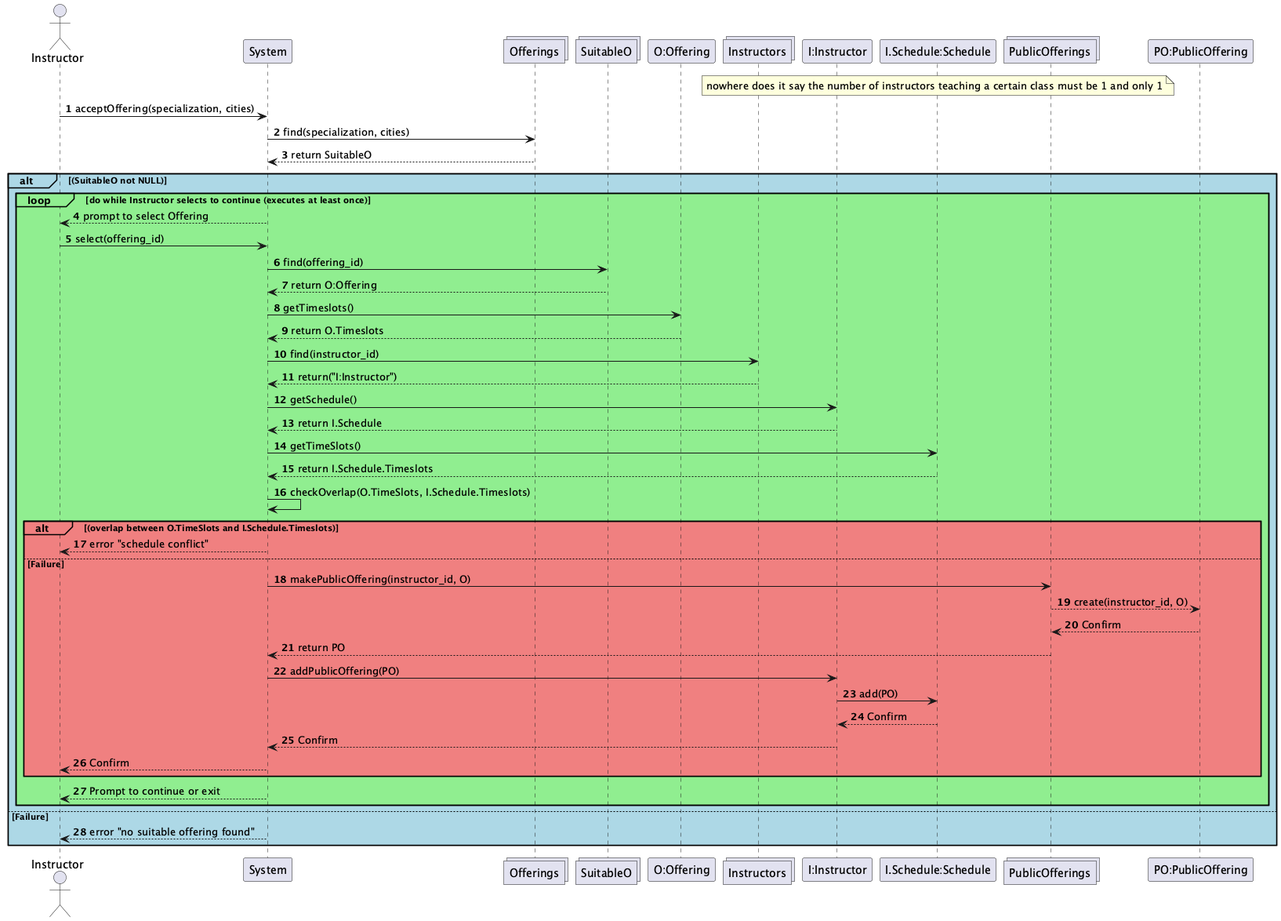
vibqetowi/soen-342-project keeps this PlantUML diagram as UML-Diagrams/Interaction/Instructor/Instructor-Interactions_002.png. Above is the earlier version.
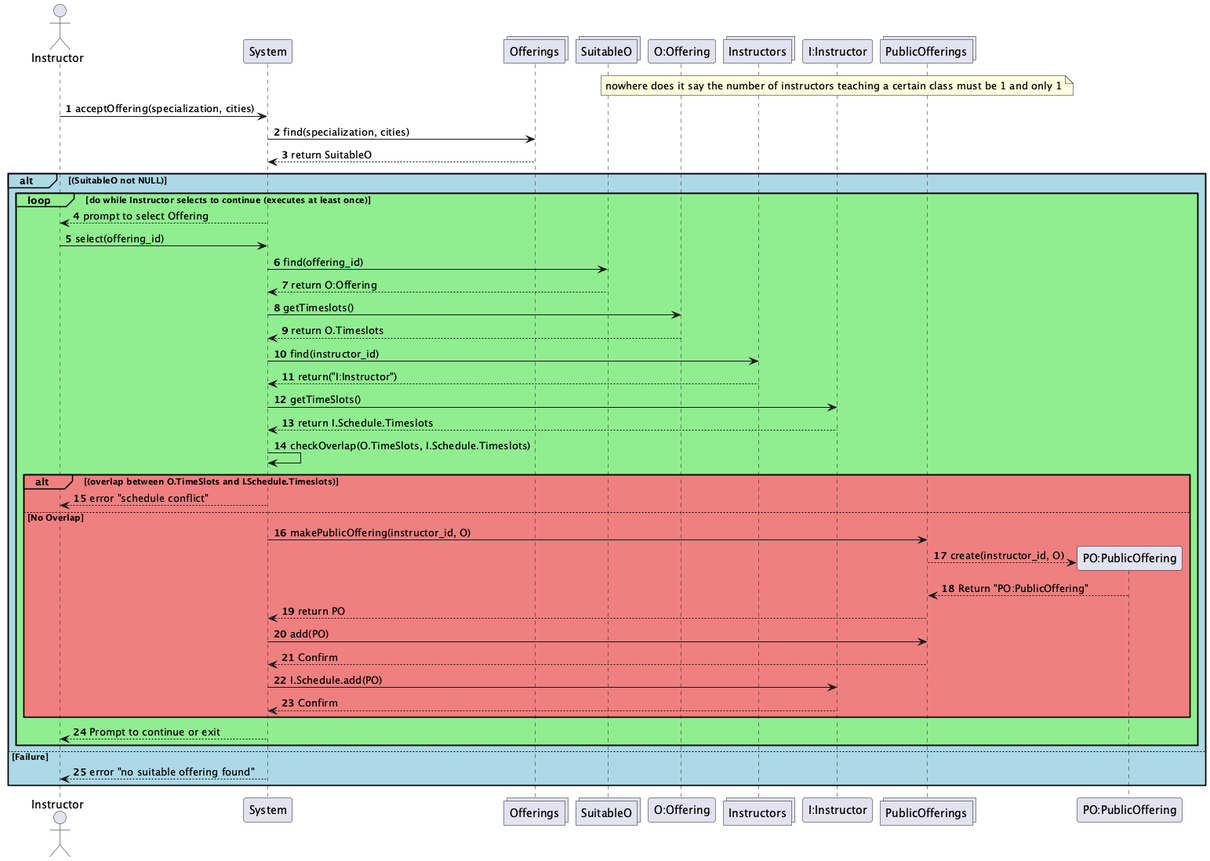
The same diagram one commit later.

What changed in the source:
```diff
@@ -6,10 +6,9 @@
 participant "O:Offering"
 collections Instructors
 participant "I:Instructor"
-participant "I.Schedule:Schedule"
 collections PublicOfferings
 participant "PO:PublicOffering"
-note over of "I.Schedule:Schedule": nowhere does it say the number of instructors teaching a certain class must be 1 and only 1
+note over of "I:Instructor": nowhere does it say the number of instructors teaching a certain class must be 1 and only 1
 
 autonumber
 
@@ -27,25 +26,22 @@
         "O:Offering" --> System : return O.Timeslots
         System -> "Instructors" : find(instructor_id)
         Instructors --> System : return("I:Instructor")
-        System -> "I:Instructor" : getSchedule()
-        "I:Instructor" --> System : return I.Schedule
-        System -> "I.Schedule:Schedule" : getTimeSlots()
-        "I.Schedule:Schedule" --> System : return I.Schedule.Timeslots
+        System -> "I:Instructor" : getTimeSlots()
+        "I:Instructor" --> System : return I.Schedule.Timeslots
 
         System -> System : checkOverlap(O.TimeSlots, I.Schedule.Timeslots)
 
         alt#LightCoral #LightCoral (overlap between O.TimeSlots and I.Schedule.Timeslots)
             System --> Instructor : error "schedule conflict"
-        else #LightCoral Failure
+        else #LightCoral No Overlap
             System -> PublicOfferings : makePublicOffering(instructor_id, O)
-            PublicOfferings --> "PO:PublicOffering" : create(instructor_id, O)
-            "PO:PublicOffering" --> PublicOfferings : Confirm
+            PublicOfferings --> "PO:PublicOffering" **: create(instructor_id, O)
+            "PO:PublicOffering" --> PublicOfferings : Return "PO:PublicOffering"
             PublicOfferings --> System : return PO
-            System -> "I:Instructor" : addPublicOffering(PO)
-            "I:Instructor" -> "I.Schedule:Schedule" : add(PO)
-            "I.Schedule:Schedule" --> "I:Instructor" : Confirm
+            System -> PublicOfferings: add(PO)
+            PublicOfferings --> System : Confirm
+            System -> "I:Instructor" : I.Schedule.add(PO)
             "I:Instructor" --> System : Confirm
-            System --> Instructor : Confirm
         end
         System --> Instructor: Prompt to continue or exit
     end
```
